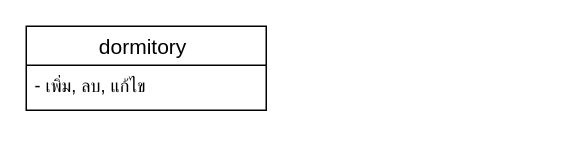
The draw.io diagram page "หน้า-2" (2 of 2) of databaseDesign.drawio in WanchaiSae/rentHorPa, before the edit. Source tidied: cells renumbered, new cells numbered last; positions are measured from the earlier drawing's top-left corner, leaving out a move shared by most shapes. Both pictures are drawn from the tidied source at 150%, with x=0, y=0 at pixel (26, 26).
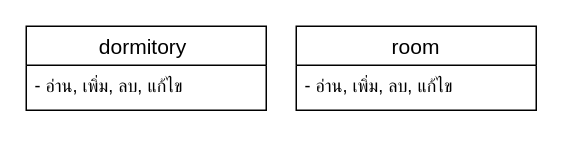
Above is the later version.

Change to the diagram source:
```diff
@@
 <mxGraphModel>
   <root>
     <mxCell id="0" />
     <mxCell id="1" parent="0" />
     <mxCell id="2" value="dormitory " style="swimlane;fontStyle=0;horizontal=1;startSize=26;align=center;fontSize=14;" parent="1" vertex="1">
       <mxGeometry width="160" height="56" as="geometry" />
     </mxCell>
-    <mxCell id="3" value="- เพิ่ม, ลบ, แก้ไข" style="text;strokeColor=none;fillColor=none;spacingLeft=4;spacingRight=4;overflow=hidden;fontSize=12;whiteSpace=wrap;html=1;" parent="2" vertex="1">
+    <mxCell id="3" value="- อ่าน, เพิ่ม, ลบ, แก้ไข" style="text;strokeColor=none;fillColor=none;spacingLeft=4;spacingRight=4;overflow=hidden;fontSize=12;whiteSpace=wrap;html=1;" parent="2" vertex="1">
       <mxGeometry y="26" width="160" height="30" as="geometry" />
     </mxCell>
+    <mxCell id="4" value="room" style="swimlane;fontStyle=0;horizontal=1;startSize=26;align=center;fontSize=14;" parent="1" vertex="1">
+      <mxGeometry x="180" width="160" height="56" as="geometry" />
+    </mxCell>
+    <mxCell id="5" value="- อ่าน,&amp;nbsp;เพิ่ม, ลบ, แก้ไข" style="text;strokeColor=none;fillColor=none;spacingLeft=4;spacingRight=4;overflow=hidden;fontSize=12;whiteSpace=wrap;html=1;" parent="4" vertex="1">
+      <mxGeometry y="26" width="160" height="30" as="geometry" />
+    </mxCell>
   </root>
 </mxGraphModel>
```
